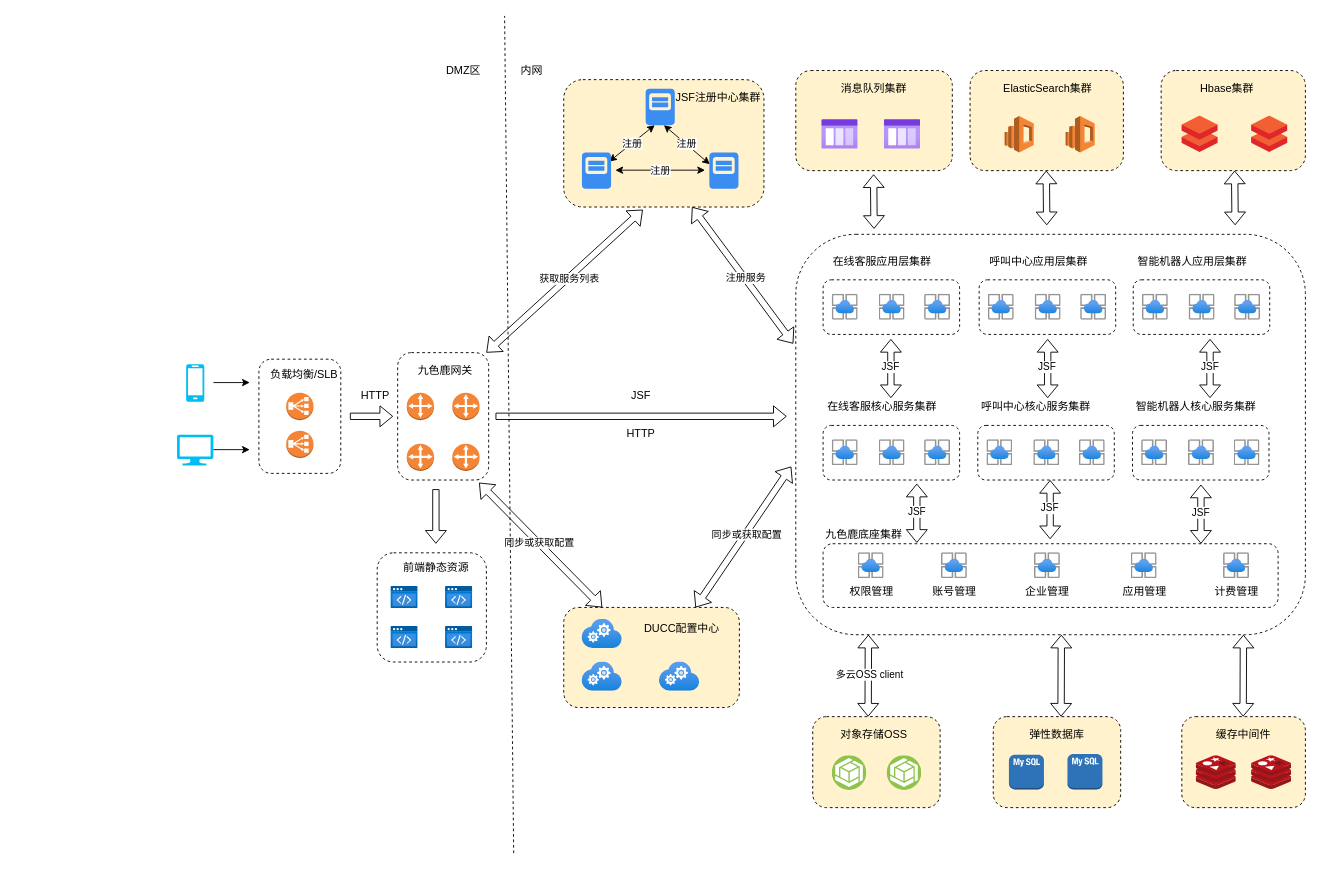
The draw.io diagram 九色鹿部署架构图.drawio in greenabyss/image, before the edit. Source tidied: cells renumbered, new cells numbered last; positions are measured from the earlier drawing's top-left corner, leaving out a move shared by most shapes. Both pictures are drawn from the tidied source at 91%, with x=0, y=0 at pixel (177, 15).
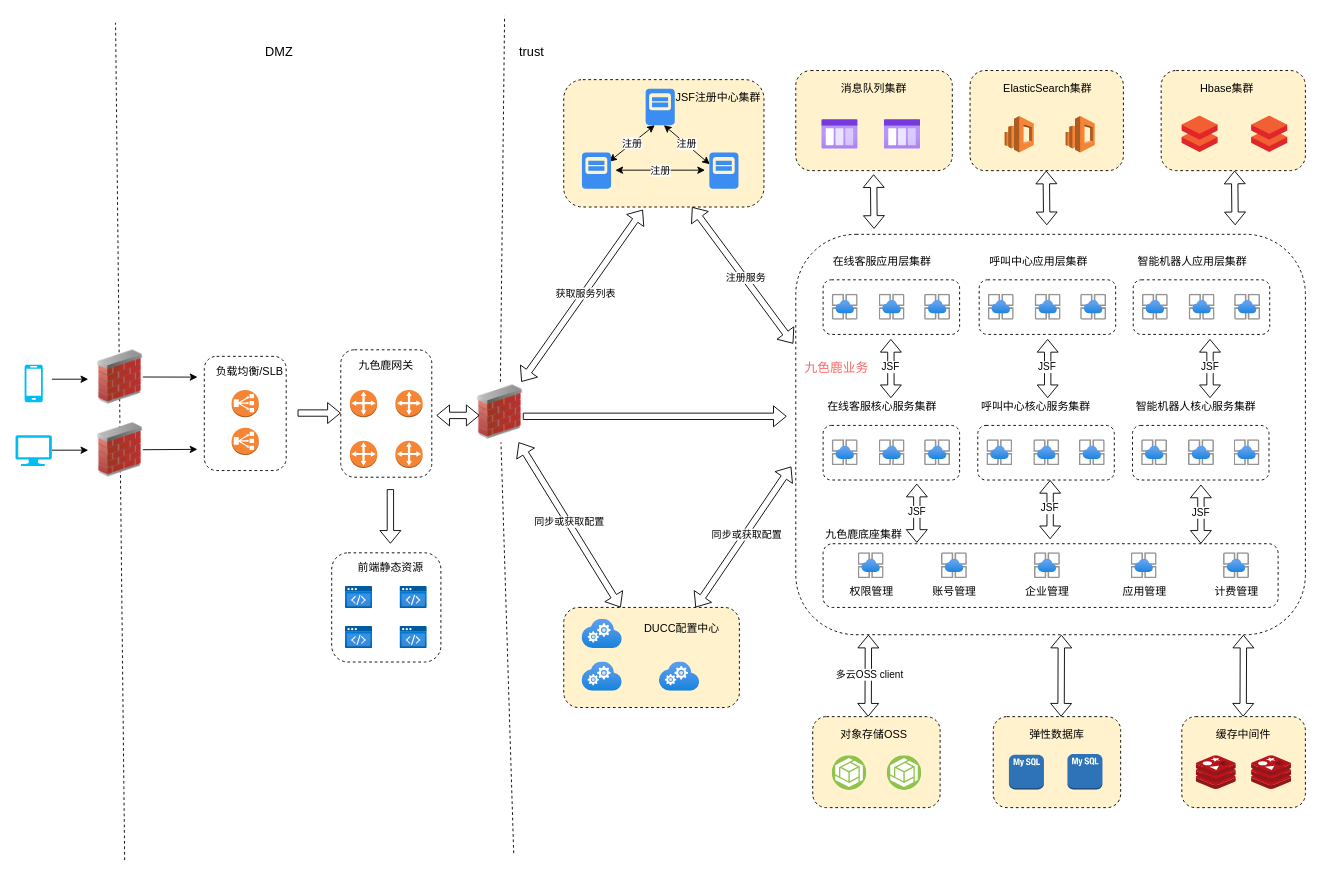
The same page after the edit.

Commit message:
更新九色鹿部署架构图.drawio

The change refers to these unchanged cells:
```xml
<mxCell id="62" style="rounded=1;whiteSpace=wrap;html=1;dashed=1;fillColor=#FFF2CC;" parent="1" vertex="1">
  <mxGeometry x="425" y="70" width="220" height="140" as="geometry" />
</mxCell>
<mxCell id="81" style="rounded=1;whiteSpace=wrap;html=1;dashed=1;fillColor=#FFF2CC;" parent="1" vertex="1">
  <mxGeometry x="425" y="650" width="193" height="110" as="geometry" />
</mxCell>
```

What changed in the source:
```diff
@@
     <mxCell id="3" style="rounded=1;whiteSpace=wrap;html=1;dashed=1;fillColor=#FFFFFF;" parent="1" vertex="1">
-      <mxGeometry x="90" y="377.2" width="90" height="125.5" as="geometry" />
+      <mxGeometry x="30" y="374.1" width="90" height="125.5" as="geometry" />
     </mxCell>
@@
     <mxCell id="54" style="rounded=1;whiteSpace=wrap;html=1;dashed=1;fillColor=#FFFFFF;" parent="1" vertex="1">
-      <mxGeometry x="242.5" y="370" width="100" height="140" as="geometry" />
+      <mxGeometry x="180" y="366.9" width="100" height="140" as="geometry" />
     </mxCell>
     <mxCell id="55" style="dashed=0;verticalLabelPosition=bottom;verticalAlign=top;align=center;html=1;shape=mxgraph.aws3.customer_gateway;fillColor=#F58534;gradientColor=none;rounded=1;" parent="1" vertex="1">
-      <mxGeometry x="252.5" y="414.2" width="30" height="30" as="geometry" />
+      <mxGeometry x="190" y="411.1" width="30" height="30" as="geometry" />
     </mxCell>
     <mxCell id="56" style="dashed=0;verticalLabelPosition=bottom;verticalAlign=top;align=center;html=1;shape=mxgraph.aws3.customer_gateway;fillColor=#F58534;gradientColor=none;rounded=1;" parent="1" vertex="1">
-      <mxGeometry x="302.5" y="414.2" width="30" height="30" as="geometry" />
+      <mxGeometry x="240" y="411.1" width="30" height="30" as="geometry" />
     </mxCell>
     <mxCell id="57" style="dashed=0;verticalLabelPosition=bottom;verticalAlign=top;align=center;html=1;shape=mxgraph.aws3.customer_gateway;fillColor=#F58534;gradientColor=none;rounded=1;" parent="1" vertex="1">
-      <mxGeometry x="252.5" y="470" width="30" height="30" as="geometry" />
+      <mxGeometry x="190" y="466.9" width="30" height="30" as="geometry" />
     </mxCell>
     <mxCell id="58" value="九色鹿网关" style="text;html=1;strokeColor=none;fillColor=none;align=center;verticalAlign=middle;whiteSpace=wrap;rounded=0;dashed=1;" parent="1" vertex="1">
-      <mxGeometry x="230" y="380" width="130" height="20" as="geometry" />
+      <mxGeometry x="165" y="374.1" width="130" height="20" as="geometry" />
     </mxCell>
     <mxCell id="59" style="shape=flexArrow;endArrow=classic;startArrow=none;html=1;width=7;endWidth=15;endSize=4.33;startWidth=15;startSize=4.33;startFill=0;" parent="1" edge="1">
       <mxGeometry relative="1" as="geometry">
-        <mxPoint x="350" y="440" as="sourcePoint" />
+        <mxPoint x="380" y="440" as="sourcePoint" />
         <mxPoint x="670" y="440" as="targetPoint" />
       </mxGeometry>
     </mxCell>
-    <mxCell id="60" value="JSF" style="text;html=1;strokeColor=none;fillColor=none;align=center;verticalAlign=middle;whiteSpace=wrap;rounded=0;dashed=1;" parent="1" vertex="1">
-      <mxGeometry x="445" y="406.9" width="130" height="20" as="geometry" />
-    </mxCell>
-    <mxCell id="61" value="HTTP" style="text;html=1;strokeColor=none;fillColor=none;align=center;verticalAlign=middle;whiteSpace=wrap;rounded=0;dashed=1;" parent="1" vertex="1">
-      <mxGeometry x="445" y="448.5" width="130" height="20" as="geometry" />
-    </mxCell>
@@
     <mxCell id="63" style="dashed=0;verticalLabelPosition=bottom;verticalAlign=top;align=center;html=1;shape=mxgraph.aws3.customer_gateway;fillColor=#F58534;gradientColor=none;rounded=1;" parent="1" vertex="1">
-      <mxGeometry x="302.5" y="470" width="30" height="30" as="geometry" />
+      <mxGeometry x="240" y="466.9" width="30" height="30" as="geometry" />
     </mxCell>
@@
-    <mxCell id="71" style="shape=flexArrow;endArrow=classic;startArrow=classic;html=1;width=7;endWidth=15;endSize=4.33;startWidth=15;startSize=4.33;entryX=0.395;entryY=1.021;entryDx=0;entryDy=0;entryPerimeter=0;" parent="1" edge="1" target="62">
-      <mxGeometry relative="1" as="geometry">
-        <mxPoint x="340" y="370" as="sourcePoint" />
-      </mxGeometry>
+    <mxCell id="71" style="shape=flexArrow;endArrow=classic;startArrow=classic;html=1;width=7;endWidth=15;endSize=4.33;startWidth=15;startSize=4.33;entryX=0.395;entryY=1.021;entryDx=0;entryDy=0;entryPerimeter=0;" parent="1" edge="1" source="137" target="62">
+      <mxGeometry relative="1" as="geometry" />
     </mxCell>
@@
-    <mxCell id="86" style="shape=flexArrow;endArrow=classic;startArrow=classic;html=1;width=7;endWidth=15;endSize=4.33;startWidth=15;startSize=4.33;entryX=0.895;entryY=1.021;entryDx=0;entryDy=0;entryPerimeter=0;" parent="1" edge="1" source="81" target="54">
+    <mxCell id="86" style="shape=flexArrow;endArrow=classic;startArrow=classic;html=1;width=7;endWidth=15;endSize=4.33;startWidth=15;startSize=4.33;" parent="1" edge="1" source="81" target="137">
       <mxGeometry relative="1" as="geometry" />
     </mxCell>
@@
     <mxCell id="105" style="verticalLabelPosition=bottom;html=1;verticalAlign=top;align=center;strokeColor=none;fillColor=#00BEF2;shape=mxgraph.azure.mobile;rounded=1;dashed=1;" parent="1" vertex="1">
-      <mxGeometry x="10" y="382.8" width="20" height="41.2" as="geometry" />
+      <mxGeometry x="-167.5" y="383.3" width="20" height="41.2" as="geometry" />
     </mxCell>
     <mxCell id="106" style="verticalLabelPosition=bottom;html=1;verticalAlign=top;align=center;strokeColor=none;fillColor=#00BEF2;shape=mxgraph.azure.computer;rounded=1;dashed=1;" parent="1" vertex="1">
-      <mxGeometry y="460.2" width="40" height="33.8" as="geometry" />
+      <mxGeometry x="-177.5" y="460.8" width="40" height="33.8" as="geometry" />
     </mxCell>
     <mxCell id="107" value="负载均衡/SLB" style="text;html=1;strokeColor=none;fillColor=none;align=center;verticalAlign=middle;whiteSpace=wrap;rounded=0;dashed=1;" parent="1" vertex="1">
-      <mxGeometry x="95" y="387.2" width="90" height="12.8" as="geometry" />
+      <mxGeometry x="35" y="384.1" width="90" height="12.8" as="geometry" />
     </mxCell>
     <mxCell id="108" style="dashed=0;verticalLabelPosition=bottom;verticalAlign=top;align=center;html=1;shape=mxgraph.aws3.classic_load_balancer;fillColor=#F58534;gradientColor=none;rounded=1;" parent="1" vertex="1">
-      <mxGeometry x="120" y="414.2" width="30" height="30" as="geometry" />
+      <mxGeometry x="60" y="411.1" width="30" height="30" as="geometry" />
     </mxCell>
     <mxCell id="109" style="dashed=0;verticalLabelPosition=bottom;verticalAlign=top;align=center;html=1;shape=mxgraph.aws3.classic_load_balancer;fillColor=#F58534;gradientColor=none;rounded=1;" parent="1" vertex="1">
-      <mxGeometry x="120" y="455.8" width="30" height="30" as="geometry" />
+      <mxGeometry x="60" y="452.6" width="30" height="30" as="geometry" />
     </mxCell>
     <mxCell id="110" style="endArrow=classic;html=1;" parent="1" edge="1">
       <mxGeometry relative="1" as="geometry">
-        <mxPoint x="40" y="402.9" as="sourcePoint" />
-        <mxPoint x="80" y="402.9" as="targetPoint" />
+        <mxPoint x="-137.5" y="399.2" as="sourcePoint" />
+        <mxPoint x="-97.5" y="399.2" as="targetPoint" />
       </mxGeometry>
     </mxCell>
     <mxCell id="111" style="endArrow=classic;html=1;" parent="1" edge="1">
       <mxGeometry relative="1" as="geometry">
-        <mxPoint x="40" y="476.6" as="sourcePoint" />
-        <mxPoint x="80" y="476.6" as="targetPoint" />
+        <mxPoint x="-37.5" y="476.7" as="sourcePoint" />
+        <mxPoint x="22.5" y="476.3" as="targetPoint" />
       </mxGeometry>
     </mxCell>
     <mxCell id="112" style="shape=flexArrow;endArrow=classic;startArrow=none;html=1;width=7;endWidth=15;endSize=4.33;startWidth=15;startSize=4.33;startFill=0;" parent="1" edge="1">
       <mxGeometry relative="1" as="geometry">
-        <mxPoint x="190" y="440" as="sourcePoint" />
-        <mxPoint x="237.5" y="440" as="targetPoint" />
+        <mxPoint x="132.5" y="436.4" as="sourcePoint" />
+        <mxPoint x="180" y="436.4" as="targetPoint" />
       </mxGeometry>
     </mxCell>
-    <mxCell id="113" value="HTTP" style="text;html=1;strokeColor=none;fillColor=none;align=center;verticalAlign=middle;whiteSpace=wrap;rounded=0;dashed=1;" parent="1" vertex="1">
-      <mxGeometry x="192.5" y="409.8" width="50" height="14.2" as="geometry" />
-    </mxCell>
@@
     <mxCell id="123" style="rounded=1;whiteSpace=wrap;html=1;dashed=1;fillColor=#FFFFFF;" parent="1" vertex="1">
-      <mxGeometry x="220" y="590" width="120" height="120" as="geometry" />
+      <mxGeometry x="170" y="590" width="120" height="120" as="geometry" />
     </mxCell>
     <mxCell id="124" style="html=1;align=center;image;fontSize=12;image=img/lib/azure2/preview/Static_Apps.svg;rounded=0;dashed=1;fillColor=#FFFFFF;" parent="1" vertex="1">
-      <mxGeometry x="235" y="627" width="30" height="24" as="geometry" />
+      <mxGeometry x="185" y="627" width="30" height="24" as="geometry" />
     </mxCell>
     <mxCell id="125" style="html=1;align=center;image;fontSize=12;image=img/lib/azure2/preview/Static_Apps.svg;rounded=0;dashed=1;fillColor=#FFFFFF;" parent="1" vertex="1">
-      <mxGeometry x="295" y="627" width="30" height="24" as="geometry" />
+      <mxGeometry x="245" y="627" width="30" height="24" as="geometry" />
     </mxCell>
     <mxCell id="126" style="html=1;align=center;image;fontSize=12;image=img/lib/azure2/preview/Static_Apps.svg;rounded=0;dashed=1;fillColor=#FFFFFF;" parent="1" vertex="1">
-      <mxGeometry x="235" y="671" width="30" height="24" as="geometry" />
+      <mxGeometry x="185" y="671" width="30" height="24" as="geometry" />
     </mxCell>
     <mxCell id="127" style="html=1;align=center;image;fontSize=12;image=img/lib/azure2/preview/Static_Apps.svg;rounded=0;dashed=1;fillColor=#FFFFFF;" parent="1" vertex="1">
-      <mxGeometry x="295" y="671" width="30" height="24" as="geometry" />
+      <mxGeometry x="245" y="671" width="30" height="24" as="geometry" />
     </mxCell>
     <mxCell id="128" value="前端静态资源" style="text;html=1;strokeColor=none;fillColor=none;align=center;verticalAlign=middle;whiteSpace=wrap;rounded=0;dashed=1;" parent="1" vertex="1">
-      <mxGeometry x="240" y="601" width="90" height="12.8" as="geometry" />
+      <mxGeometry x="190" y="601" width="90" height="12.8" as="geometry" />
     </mxCell>
     <mxCell id="129" style="shape=flexArrow;endArrow=classic;startArrow=none;html=1;width=7;endWidth=15;endSize=4.33;startWidth=15;startSize=4.33;startFill=0;" parent="1" edge="1">
       <mxGeometry relative="1" as="geometry">
-        <mxPoint x="284.5" y="520" as="sourcePoint" />
-        <mxPoint x="284.5" y="580" as="targetPoint" />
+        <mxPoint x="234.5" y="520" as="sourcePoint" />
+        <mxPoint x="234.5" y="580" as="targetPoint" />
       </mxGeometry>
     </mxCell>
-    <mxCell id="130" value="DMZ区" style="text;html=1;strokeColor=none;fillColor=none;align=center;verticalAlign=middle;whiteSpace=wrap;rounded=0;dashed=1;" parent="1" vertex="1">
-      <mxGeometry x="295" y="50" width="40" height="20" as="geometry" />
+    <mxCell id="130" value="&lt;font style=&quot;font-size: 14px&quot;&gt;DMZ&lt;/font&gt;" style="text;html=1;strokeColor=none;fillColor=none;align=center;verticalAlign=middle;whiteSpace=wrap;rounded=0;dashed=1;" parent="1" vertex="1">
+      <mxGeometry x="80" y="30" width="65" height="20" as="geometry" />
     </mxCell>
-    <mxCell id="131" value="内网" style="text;html=1;strokeColor=none;fillColor=none;align=center;verticalAlign=middle;whiteSpace=wrap;rounded=0;dashed=1;" parent="1" vertex="1">
-      <mxGeometry x="370" y="50" width="40" height="20" as="geometry" />
+    <mxCell id="131" value="&lt;span style=&quot;font-size: 14px&quot;&gt;trust&lt;/span&gt;" style="text;html=1;strokeColor=none;fillColor=none;align=center;verticalAlign=middle;whiteSpace=wrap;rounded=0;dashed=1;" parent="1" vertex="1">
+      <mxGeometry x="370" y="30" width="40" height="20" as="geometry" />
     </mxCell>
-    <mxCell id="132" style="endArrow=none;html=1;dashed=1;" parent="1" edge="1">
+    <mxCell id="132" style="endArrow=none;html=1;dashed=1;" parent="1" edge="1" source="137">
       <mxGeometry relative="1" as="geometry">
-        <mxPoint x="370" y="920" as="sourcePoint" />
         <mxPoint x="360" as="targetPoint" />
       </mxGeometry>
     </mxCell>
+    <mxCell id="133" style="endArrow=none;html=1;dashed=1;" parent="1" edge="1">
+      <mxGeometry relative="1" as="geometry">
+        <mxPoint x="-57.5" y="927.6" as="sourcePoint" />
+        <mxPoint x="-67.5" y="7.6" as="targetPoint" />
+      </mxGeometry>
+    </mxCell>
+    <mxCell id="134" style="image;html=1;image=img/lib/clip_art/networking/Firewall_02_128x128.png;rounded=0;dashed=1;fillColor=#FFFFFF;" parent="1" vertex="1">
+      <mxGeometry x="-87.5" y="443.6" width="50" height="66.4" as="geometry" />
+    </mxCell>
+    <mxCell id="135" style="endArrow=classic;html=1;" parent="1" edge="1">
+      <mxGeometry relative="1" as="geometry">
+        <mxPoint x="-137.5" y="477.2" as="sourcePoint" />
+        <mxPoint x="-97.5" y="477.2" as="targetPoint" />
+      </mxGeometry>
+    </mxCell>
+    <mxCell id="136" style="endArrow=classic;html=1;" parent="1" edge="1">
+      <mxGeometry relative="1" as="geometry">
+        <mxPoint x="-37.5" y="396.8" as="sourcePoint" />
+        <mxPoint x="22.5" y="396.9" as="targetPoint" />
+      </mxGeometry>
+    </mxCell>
+    <mxCell id="137" style="image;html=1;image=img/lib/clip_art/networking/Firewall_02_128x128.png;rounded=0;dashed=1;fillColor=#FFFFFF;" parent="1" vertex="1">
+      <mxGeometry x="330" y="402.1" width="50" height="66.4" as="geometry" />
+    </mxCell>
+    <mxCell id="138" style="endArrow=none;html=1;dashed=1;" parent="1" edge="1" target="137">
+      <mxGeometry relative="1" as="geometry">
+        <mxPoint x="370" y="920" as="sourcePoint" />
+      </mxGeometry>
+    </mxCell>
+    <mxCell id="139" style="shape=flexArrow;endArrow=classic;startArrow=block;html=1;width=7;endWidth=15;endSize=4.33;startWidth=15;startSize=4.33;startFill=0;" parent="1" edge="1">
+      <mxGeometry relative="1" as="geometry">
+        <mxPoint x="285" y="439" as="sourcePoint" />
+        <mxPoint x="332.5" y="439" as="targetPoint" />
+      </mxGeometry>
+    </mxCell>
+    <mxCell id="140" style="image;html=1;image=img/lib/clip_art/networking/Firewall_02_128x128.png;rounded=0;dashed=1;fillColor=#FFFFFF;" parent="1" vertex="1">
+      <mxGeometry x="-87.5" y="363.7" width="50" height="66.4" as="geometry" />
+    </mxCell>
+    <mxCell id="141" value="&lt;font style=&quot;font-size: 14px&quot;&gt;九色鹿业务&lt;/font&gt;" style="text;html=1;strokeColor=none;fillColor=none;align=center;verticalAlign=middle;whiteSpace=wrap;rounded=0;dashed=1;fontColor=#FF6666;" parent="1" vertex="1">
+      <mxGeometry x="660" y="376.9" width="130" height="20" as="geometry" />
+    </mxCell>
```
